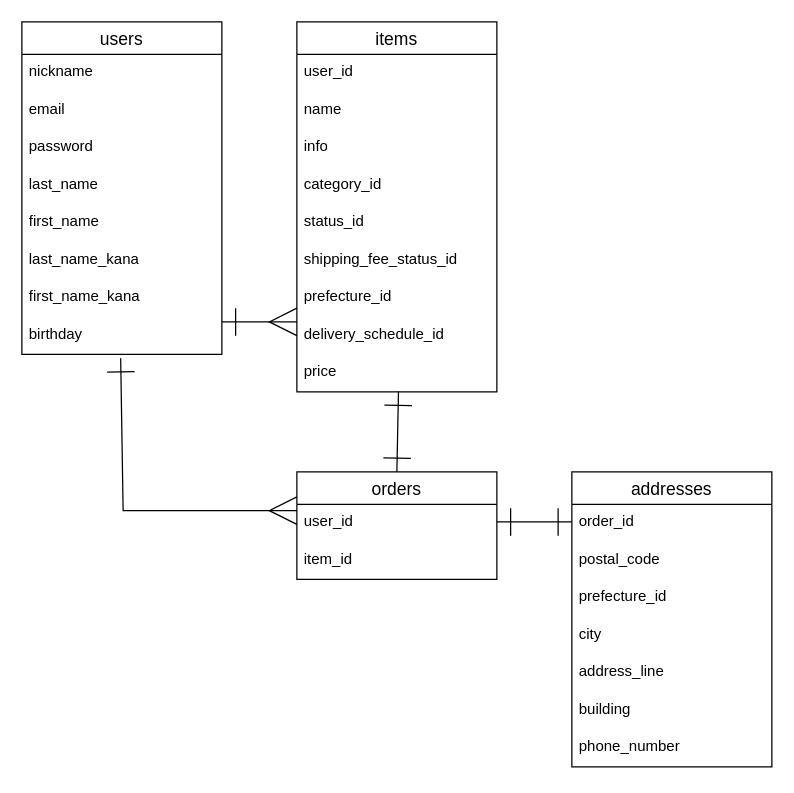
Before: ER.dio in TessyAndTessy/furima-46677, a draw.io diagram. Source tidied: cells renumbered, new cells numbered last; positions are measured from the earlier drawing's top-left corner, leaving out a move shared by most shapes. Both pictures are drawn from the tidied source at 125%, with x=0, y=0 at pixel (21, 21).
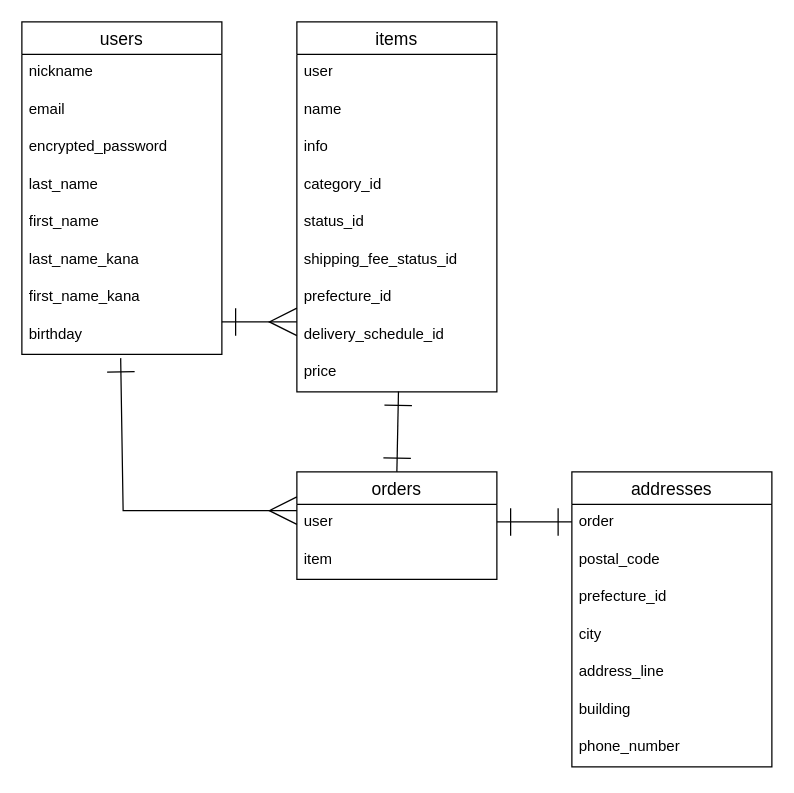
The same diagram, later.

Commit message (it also covers changes not shown here):
データベース設計修正

The change refers to these unchanged cells:
```xml
<mxCell id="2" value="users" style="swimlane;fontStyle=0;horizontal=1;startSize=26;align=center;fontSize=14;" parent="1" vertex="1">
  <mxGeometry width="160" height="266" as="geometry" />
</mxCell>
<mxCell id="11" value="items" style="swimlane;fontStyle=0;horizontal=1;startSize=26;align=center;fontSize=14;" parent="1" vertex="1">
  <mxGeometry x="220" width="160" height="296" as="geometry" />
</mxCell>
<mxCell id="21" value="orders" style="swimlane;fontStyle=0;horizontal=1;startSize=26;align=center;fontSize=14;" parent="1" vertex="1">
  <mxGeometry x="220" y="360" width="160" height="86" as="geometry" />
</mxCell>
<mxCell id="24" value="addresses" style="swimlane;fontStyle=0;horizontal=1;startSize=26;align=center;fontSize=14;" parent="1" vertex="1">
  <mxGeometry x="440" y="360" width="160" height="236" as="geometry" />
</mxCell>
```

What changed in the source:
```diff
@@
-    <mxCell id="5" value="password" style="text;strokeColor=none;fillColor=none;spacingLeft=4;spacingRight=4;overflow=hidden;fontSize=12;whiteSpace=wrap;html=1;" parent="2" vertex="1">
+    <mxCell id="5" value="encrypted_password" style="text;strokeColor=none;fillColor=none;spacingLeft=4;spacingRight=4;overflow=hidden;fontSize=12;whiteSpace=wrap;html=1;" parent="2" vertex="1">
       <mxGeometry y="86" width="160" height="30" as="geometry" />
     </mxCell>
@@
-    <mxCell id="12" value="user_id" style="text;strokeColor=none;fillColor=none;spacingLeft=4;spacingRight=4;overflow=hidden;fontSize=12;whiteSpace=wrap;html=1;" parent="11" vertex="1">
+    <mxCell id="12" value="user" style="text;strokeColor=none;fillColor=none;spacingLeft=4;spacingRight=4;overflow=hidden;fontSize=12;whiteSpace=wrap;html=1;" parent="11" vertex="1">
       <mxGeometry y="26" width="160" height="30" as="geometry" />
     </mxCell>
@@
-    <mxCell id="22" value="user_id" style="text;strokeColor=none;fillColor=none;spacingLeft=4;spacingRight=4;overflow=hidden;points=[[0,0.5],[1,0.5]];portConstraint=eastwest;fontSize=12;whiteSpace=wrap;html=1;" parent="21" vertex="1">
+    <mxCell id="22" value="user" style="text;strokeColor=none;fillColor=none;spacingLeft=4;spacingRight=4;overflow=hidden;points=[[0,0.5],[1,0.5]];portConstraint=eastwest;fontSize=12;whiteSpace=wrap;html=1;" parent="21" vertex="1">
       <mxGeometry y="26" width="160" height="30" as="geometry" />
     </mxCell>
-    <mxCell id="23" value="item_id" style="text;strokeColor=none;fillColor=none;spacingLeft=4;spacingRight=4;overflow=hidden;fontSize=12;whiteSpace=wrap;html=1;" parent="21" vertex="1">
+    <mxCell id="23" value="item" style="text;strokeColor=none;fillColor=none;spacingLeft=4;spacingRight=4;overflow=hidden;fontSize=12;whiteSpace=wrap;html=1;" parent="21" vertex="1">
       <mxGeometry y="56" width="160" height="30" as="geometry" />
     </mxCell>
@@
-    <mxCell id="25" value="order_id" style="text;strokeColor=none;fillColor=none;spacingLeft=4;spacingRight=4;overflow=hidden;fontSize=12;whiteSpace=wrap;html=1;" parent="24" vertex="1">
+    <mxCell id="25" value="order" style="text;strokeColor=none;fillColor=none;spacingLeft=4;spacingRight=4;overflow=hidden;fontSize=12;whiteSpace=wrap;html=1;" parent="24" vertex="1">
       <mxGeometry y="26" width="160" height="30" as="geometry" />
     </mxCell>
```
